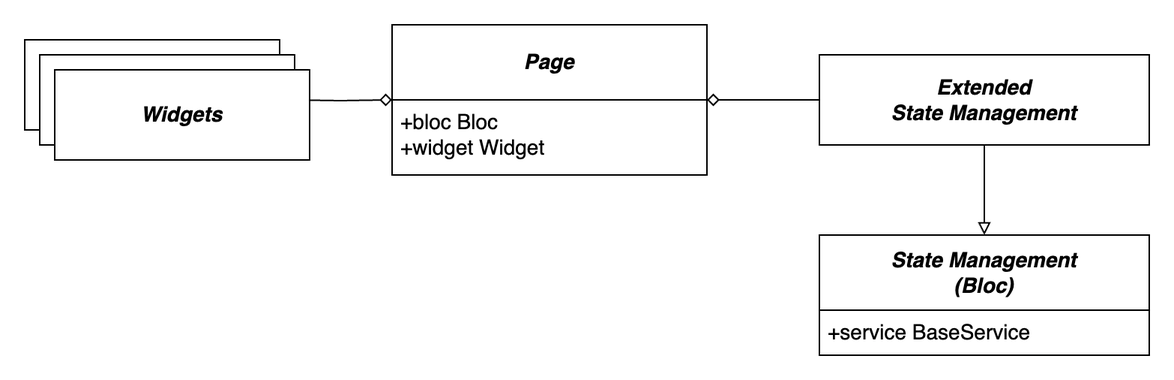
Before: presentation_layer.drawio.png, a diagram exported from draw.io (hamed-rezaee/flutter_component_architecture_poc). Source tidied: cells renumbered, new cells last; positions are measured from the earlier drawing's top-left corner, leaving out a move shared by most shapes.
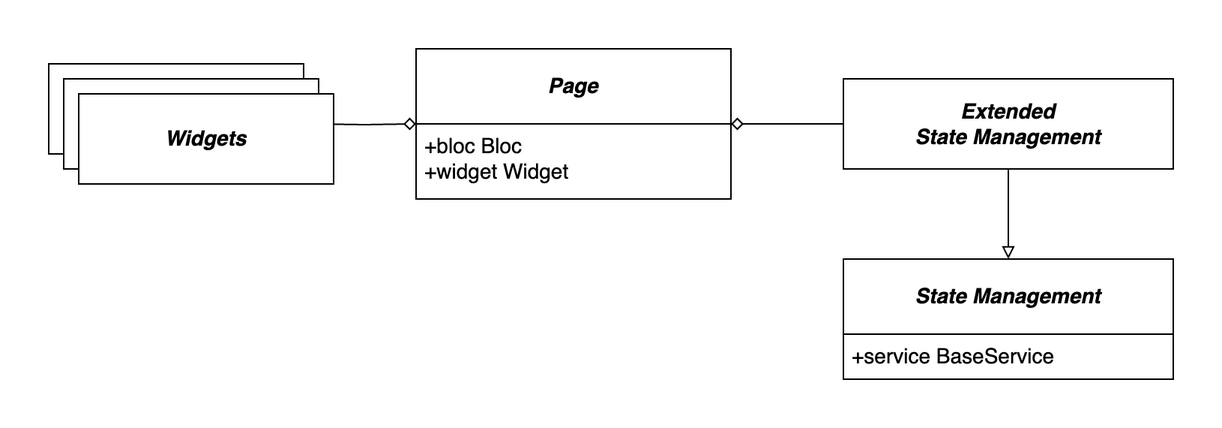
Later version of the same file.

Change to the diagram source:
```diff
@@ -2,7 +2,7 @@
   <root>
     <mxCell id="0" />
     <mxCell id="1" parent="0" />
-    <mxCell id="2" value="&lt;b&gt;&lt;i&gt;State&amp;nbsp;Management&lt;br&gt;(Bloc)&lt;br&gt;&lt;/i&gt;&lt;/b&gt;" style="swimlane;horizontal=1;startSize=50;rounded=0;fontSize=14;fontStyle=0;strokeWidth=1;shadow=0;dashed=0;align=center;arcSize=4;whiteSpace=wrap;html=1;swimlaneFillColor=default;labelBorderColor=none;fillColor=default;" parent="1" vertex="1">
+    <mxCell id="2" value="&lt;b&gt;&lt;i&gt;State&amp;nbsp;Management&lt;br&gt;&lt;/i&gt;&lt;/b&gt;" style="swimlane;horizontal=1;startSize=50;rounded=0;fontSize=14;fontStyle=0;strokeWidth=1;shadow=0;dashed=0;align=center;arcSize=4;whiteSpace=wrap;html=1;swimlaneFillColor=default;labelBorderColor=none;fillColor=default;" parent="1" vertex="1">
       <mxGeometry x="530" y="140" width="220" height="80" as="geometry" />
     </mxCell>
     <mxCell id="3" value="&lt;font style=&quot;font-size: 14px;&quot;&gt;+service BaseService&lt;/font&gt;" style="align=left;strokeColor=none;fillColor=none;spacingLeft=4;fontSize=12;verticalAlign=top;html=1;strokeWidth=1;" parent="2" vertex="1">
```
